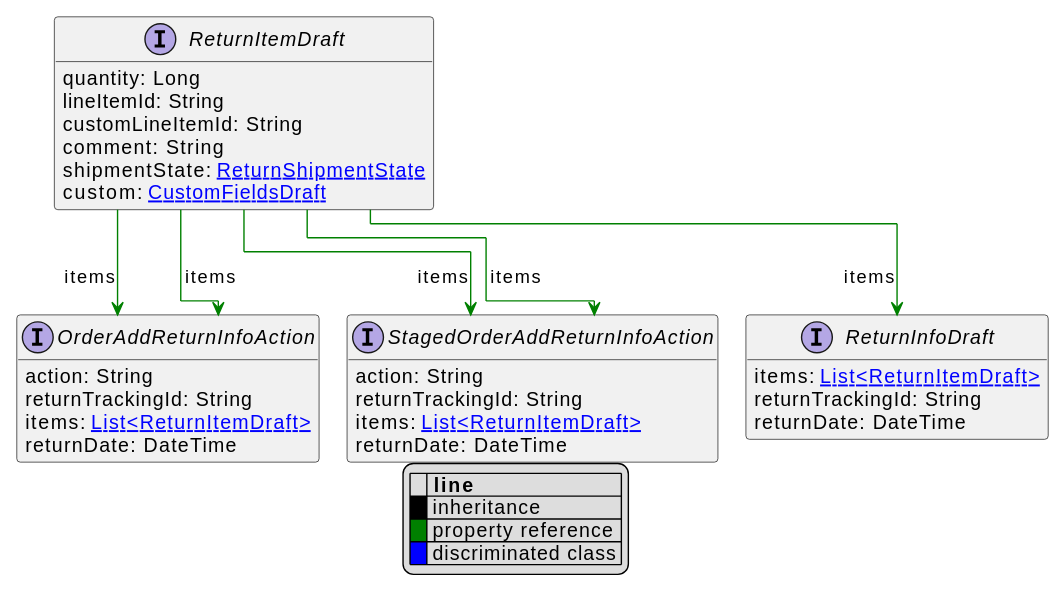
The PlantUML diagram uml/api/svg/ReturnItemDraft.svg in commercetools/commercetools-api-reference, before a commit. Its diagram source:
```plantuml
@startuml
!pragma layout elk
hide empty fields
hide empty methods
legend
|= |= line |
|<back:black>   </back>| inheritance |
|<back:green>   </back>| property reference |
|<back:blue>   </back>| discriminated class |
endlegend
interface ReturnItemDraft [[ReturnItemDraft.svg]]  {
    quantity: Long
    lineItemId: String
    customLineItemId: String
    comment: String
    shipmentState: [[ReturnShipmentState.svg ReturnShipmentState]]
    custom: [[CustomFieldsDraft.svg CustomFieldsDraft]]
}



interface StagedOrderAddReturnInfoAction [[StagedOrderAddReturnInfoAction.svg]]  {
    action: String
    returnTrackingId: String
    items: [[ReturnItemDraft.svg List<ReturnItemDraft>]]
    returnDate: DateTime
}
interface ReturnInfoDraft [[ReturnInfoDraft.svg]]  {
    items: [[ReturnItemDraft.svg List<ReturnItemDraft>]]
    returnTrackingId: String
    returnDate: DateTime
}
interface OrderAddReturnInfoAction [[OrderAddReturnInfoAction.svg]]  {
    action: String
    returnTrackingId: String
    items: [[ReturnItemDraft.svg List<ReturnItemDraft>]]
    returnDate: DateTime
}

ReturnItemDraft --> StagedOrderAddReturnInfoAction #green;text:green : "items"
ReturnItemDraft --> StagedOrderAddReturnInfoAction #green;text:green : "items"
ReturnItemDraft --> ReturnInfoDraft #green;text:green : "items"
ReturnItemDraft --> OrderAddReturnInfoAction #green;text:green : "items"
ReturnItemDraft --> OrderAddReturnInfoAction #green;text:green : "items"
@enduml
```
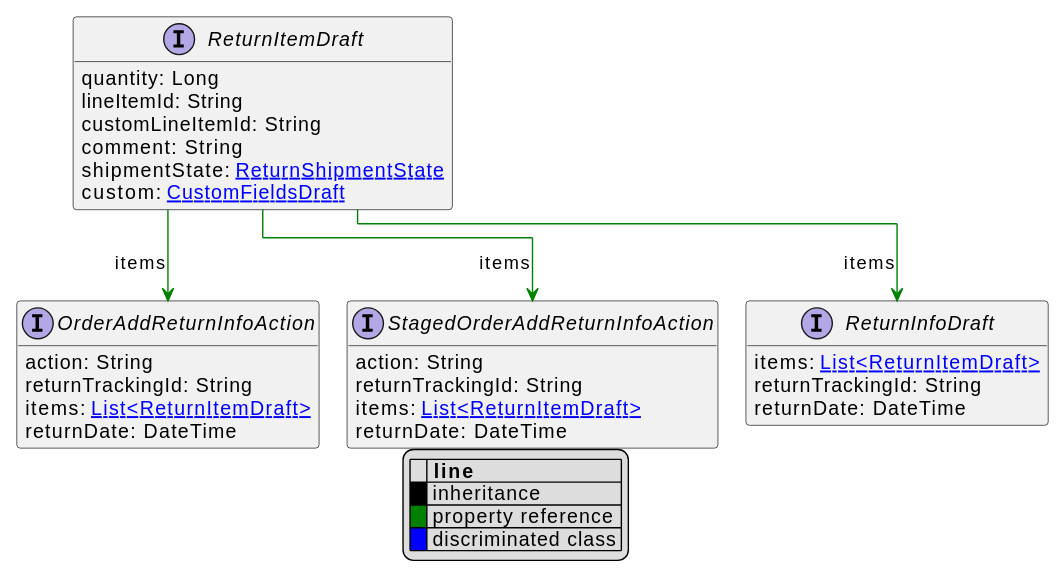
After the change.

Diff of the diagram source:
```diff
@@ -38,8 +38,6 @@
 }
 
 ReturnItemDraft --> StagedOrderAddReturnInfoAction #green;text:green : "items"
-ReturnItemDraft --> StagedOrderAddReturnInfoAction #green;text:green : "items"
 ReturnItemDraft --> ReturnInfoDraft #green;text:green : "items"
 ReturnItemDraft --> OrderAddReturnInfoAction #green;text:green : "items"
-ReturnItemDraft --> OrderAddReturnInfoAction #green;text:green : "items"
 @enduml
```
